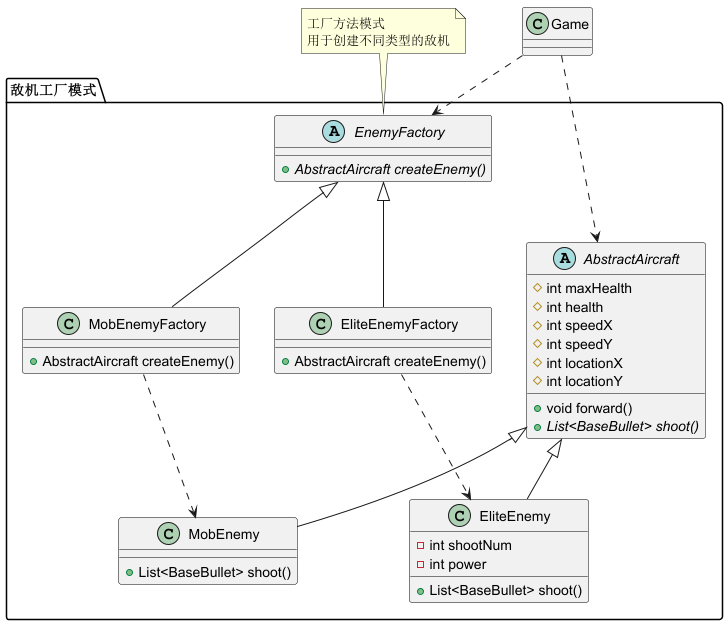
Before: uml/EnemyFactoryPattern.png, a diagram exported from PlantUML (hpcx365/AircraftWar).
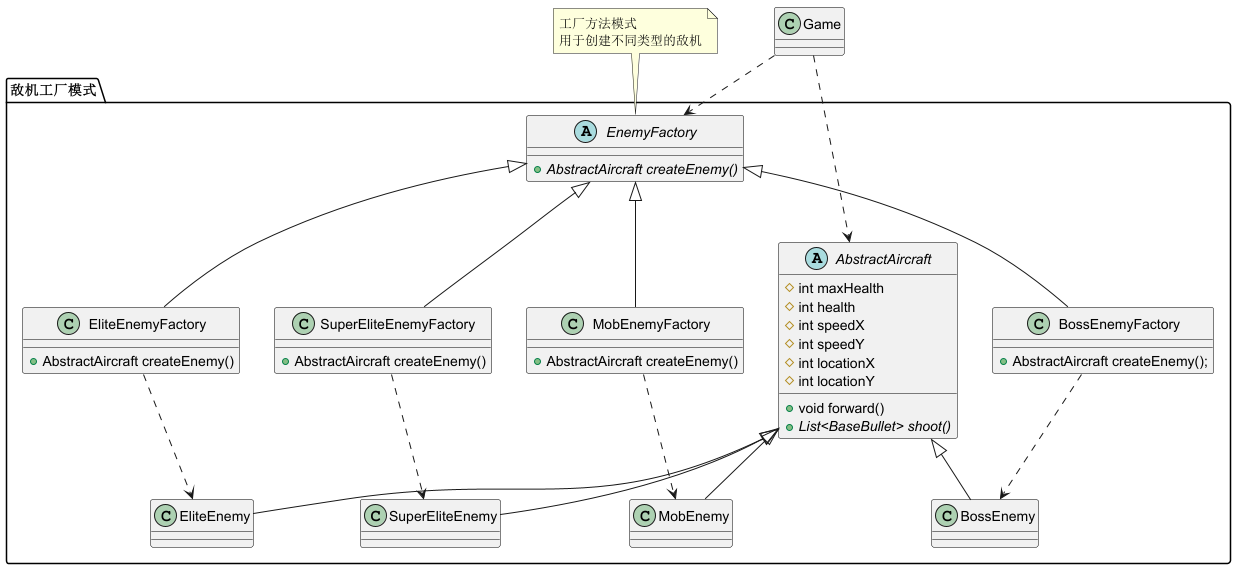
After the commit.

Diff of the diagram source:
```diff
@@ -25,6 +25,14 @@
     +AbstractAircraft createEnemy()
   }
 
+  class SuperEliteEnemyFactory {
+    +AbstractAircraft createEnemy()
+  }
+
+  class BossEnemyFactory {
+    +AbstractAircraft createEnemy();
+  }
+
   abstract class AbstractAircraft {
     #int maxHealth
     #int health
@@ -37,25 +45,33 @@
   }
 
   class MobEnemy {
-    +List<BaseBullet> shoot()
   }
 
   class EliteEnemy {
-    -int shootNum
-    -int power
-    +List<BaseBullet> shoot()
+  }
+
+  class SuperEliteEnemy {
+  }
+
+  class BossEnemy {
   }
 }
 
 EnemyFactory <|-- MobEnemyFactory
 EnemyFactory <|-- EliteEnemyFactory
+EnemyFactory <|-- SuperEliteEnemyFactory
+EnemyFactory <|-- BossEnemyFactory
 AbstractAircraft <|-- MobEnemy
 AbstractAircraft <|-- EliteEnemy
+AbstractAircraft <|-- SuperEliteEnemy
+AbstractAircraft <|-- BossEnemy
 
 Game ..> EnemyFactory
 Game ..> AbstractAircraft
 MobEnemyFactory ..> MobEnemy
 EliteEnemyFactory ..> EliteEnemy
+SuperEliteEnemyFactory ..> SuperEliteEnemy
+BossEnemyFactory ..> BossEnemy
 
 note top of EnemyFactory
   工厂方法模式
```
